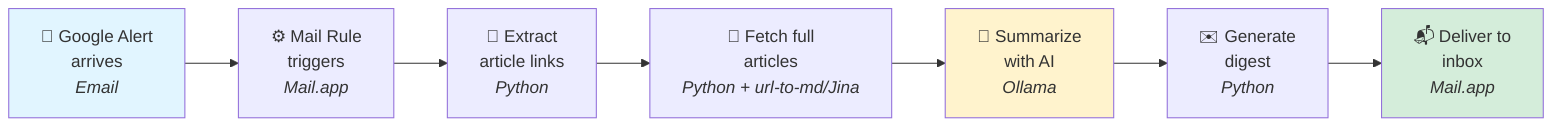
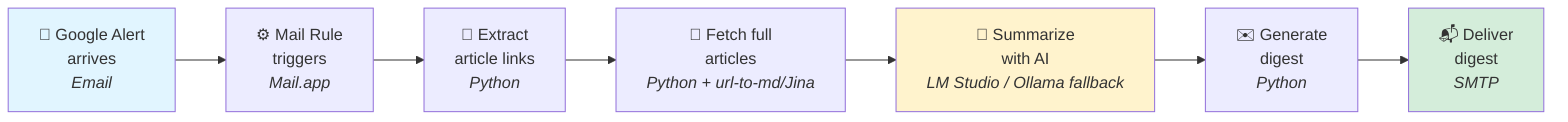
graph LR
    A[📧 Google Alert<br/>arrives<br/><i>Email</i>] --> B[⚙️ Mail Rule<br/>triggers<br/><i>Mail.app</i>]
    B --> C[🔗 Extract<br/>article links<br/><i>Python</i>]
    C --> D[📄 Fetch full<br/>articles<br/><i>Python + url-to-md/Jina</i>]
-     D --> E[🤖 Summarize<br/>with AI<br/><i>Ollama</i>]
+     D --> E[🤖 Summarize<br/>with AI<br/><i>LM Studio / Ollama fallback</i>]
    E --> F[✉️ Generate<br/>digest<br/><i>Python</i>]
-     F --> G[📬 Deliver to<br/>inbox<br/><i>Mail.app</i>]
+     F --> G[📬 Deliver<br/>digest<br/><i>SMTP</i>]

    style A fill:#e1f5ff
    style G fill:#d4edda
    style E fill:#fff3cd
